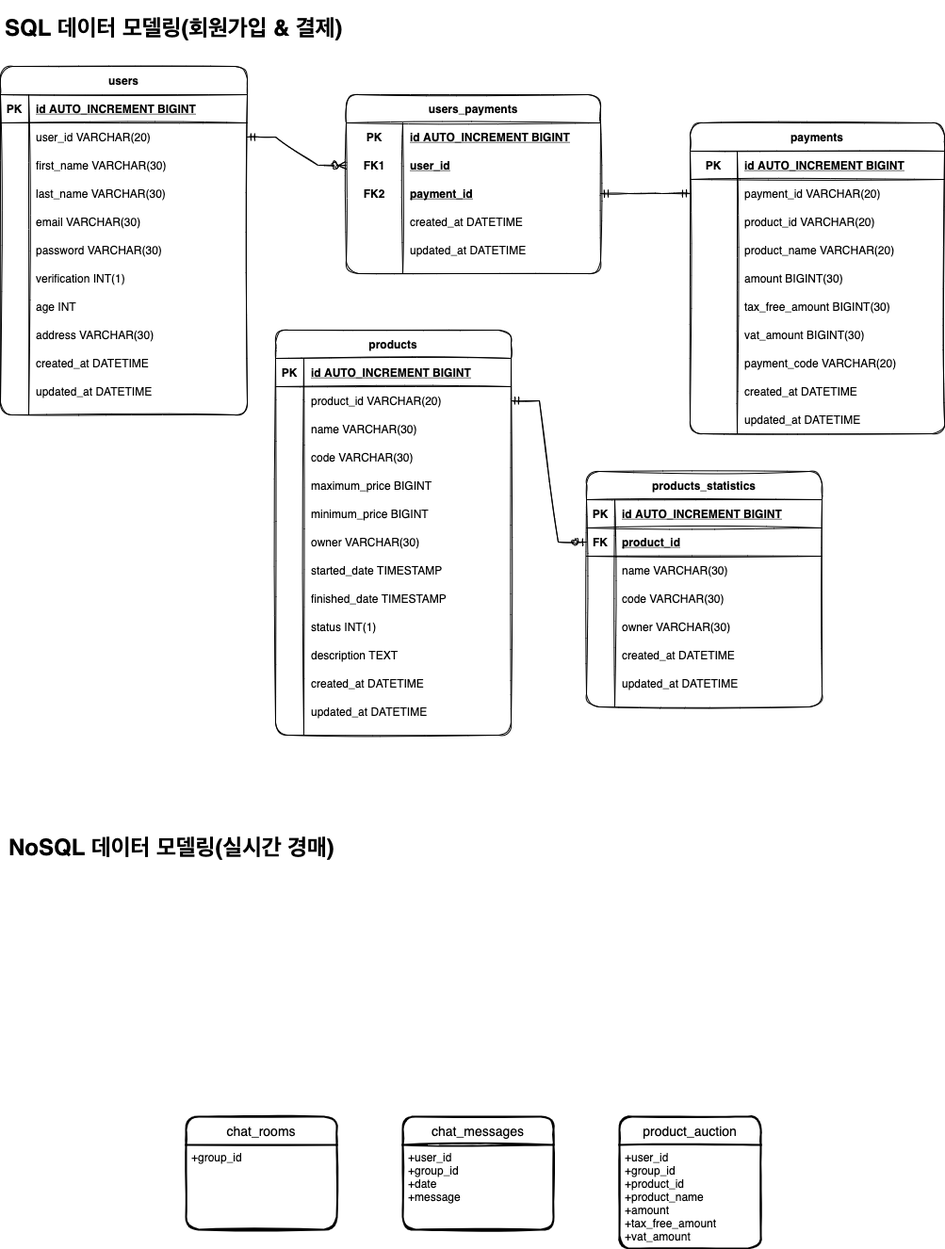
This is sago_database_schema.png from AnneMayor/TestRepository, a draw.io export, as it was before one commit. Source tidied: cells renumbered, new cells last; positions are measured from the earlier drawing's top-left corner, leaving out a move shared by most shapes.
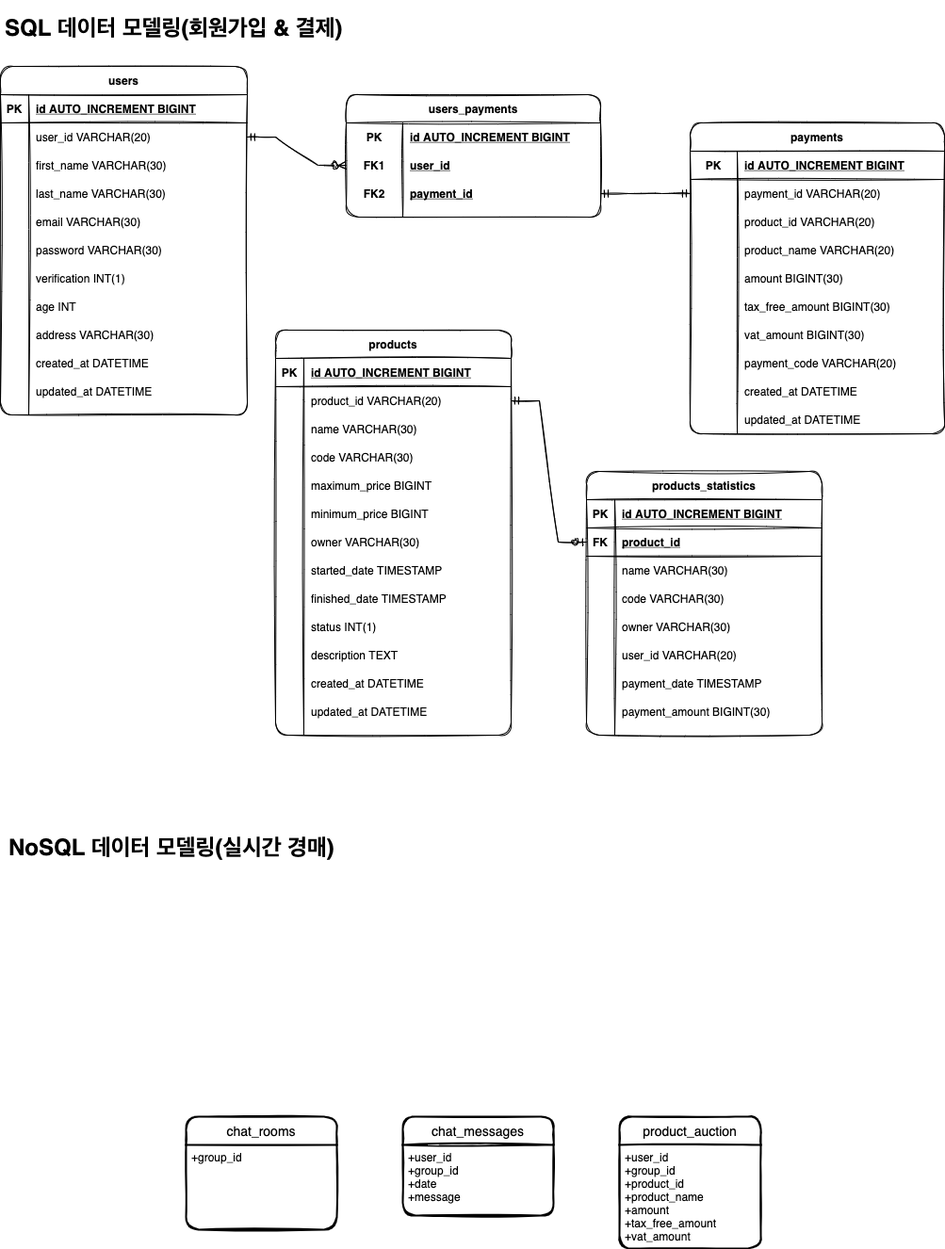
Later version of the same file.

What changed in the source:
```diff
@@ -228,7 +228,7 @@
       <mxGeometry relative="1" as="geometry" />
     </mxCell>
     <mxCell id="77" value="users_payments" style="shape=table;startSize=30;rowLines=0;fontStyle=1;align=center;shadow=0;glass=0;rounded=1;sketch=1;" parent="1" vertex="1">
-      <mxGeometry x="367" y="90" width="270" height="190" as="geometry" />
+      <mxGeometry x="367" y="90" width="270" height="130" as="geometry" />
     </mxCell>
     <mxCell id="78" style="shape=partialRectangle;fillColor=none;top=0;left=0;bottom=0;right=0;shadow=0;glass=0;rounded=1;sketch=1;" parent="77" vertex="1">
       <mxGeometry y="30" width="270" height="30" as="geometry" />
@@ -257,24 +257,6 @@
     <mxCell id="86" value="payment_id" style="shape=partialRectangle;fillColor=none;top=0;left=0;bottom=0;right=0;align=left;spacingLeft=6;fontStyle=5;overflow=hidden;shadow=0;glass=0;rounded=1;sketch=1;" parent="84" vertex="1">
       <mxGeometry x="60" width="210" height="30" as="geometry" />
     </mxCell>
-    <mxCell id="87" style="shape=partialRectangle;fillColor=none;top=0;left=0;bottom=0;right=0;shadow=0;glass=0;rounded=1;sketch=1;" parent="77" vertex="1">
-      <mxGeometry y="120" width="270" height="30" as="geometry" />
-    </mxCell>
-    <mxCell id="88" style="shape=partialRectangle;fillColor=none;top=0;left=0;bottom=0;right=0;fontStyle=1;overflow=hidden;shadow=0;glass=0;rounded=1;sketch=1;" parent="87" vertex="1">
-      <mxGeometry width="60" height="30" as="geometry" />
-    </mxCell>
-    <mxCell id="89" value="created_at DATETIME" style="shape=partialRectangle;fillColor=none;top=0;left=0;bottom=0;right=0;align=left;spacingLeft=6;fontStyle=0;overflow=hidden;shadow=0;glass=0;rounded=1;sketch=1;" parent="87" vertex="1">
-      <mxGeometry x="60" width="210" height="30" as="geometry" />
-    </mxCell>
-    <mxCell id="90" style="shape=partialRectangle;fillColor=none;top=0;left=0;bottom=0;right=0;shadow=0;glass=0;rounded=1;sketch=1;" parent="77" vertex="1">
-      <mxGeometry y="150" width="270" height="30" as="geometry" />
-    </mxCell>
-    <mxCell id="91" style="shape=partialRectangle;fillColor=none;top=0;left=0;bottom=0;right=0;fontStyle=1;overflow=hidden;shadow=0;glass=0;rounded=1;sketch=1;" parent="90" vertex="1">
-      <mxGeometry width="60" height="30" as="geometry" />
-    </mxCell>
-    <mxCell id="92" value="updated_at DATETIME" style="shape=partialRectangle;fillColor=none;top=0;left=0;bottom=0;right=0;align=left;spacingLeft=6;fontStyle=0;overflow=hidden;shadow=0;glass=0;rounded=1;sketch=1;" parent="90" vertex="1">
-      <mxGeometry x="60" width="210" height="30" as="geometry" />
-    </mxCell>
     <mxCell id="93" value="payments" style="shape=table;startSize=30;rowLines=0;fontStyle=1;align=center;shadow=0;glass=0;rounded=1;sketch=1;" parent="1" vertex="1">
       <mxGeometry x="732" y="120" width="270" height="330" as="geometry" />
     </mxCell>
@@ -375,7 +357,7 @@
       <mxGeometry x="4" y="870" width="358" height="40" as="geometry" />
     </mxCell>
     <mxCell id="126" value="products_statistics" style="shape=table;startSize=30;rowLines=0;fontStyle=1;align=center;shadow=0;glass=0;rounded=1;sketch=1;" parent="1" vertex="1">
-      <mxGeometry x="622" y="490" width="250" height="250" as="geometry" />
+      <mxGeometry x="622" y="490" width="250" height="280" as="geometry" />
     </mxCell>
     <mxCell id="127" style="shape=partialRectangle;fillColor=none;top=0;left=0;bottom=1;right=0;shadow=0;glass=0;rounded=1;sketch=1;" parent="126" vertex="1">
       <mxGeometry y="30" width="250" height="30" as="geometry" />
@@ -425,21 +407,30 @@
     <mxCell id="142" style="shape=partialRectangle;fillColor=none;top=0;left=0;bottom=0;right=0;shadow=0;glass=0;rounded=1;sketch=1;" parent="126" vertex="1">
       <mxGeometry y="180" width="250" height="30" as="geometry" />
     </mxCell>
-    <mxCell id="143" style="shape=partialRectangle;fillColor=none;top=0;left=0;bottom=0;right=0;overflow=hidden;shadow=0;glass=0;rounded=1;sketch=1;" parent="142" vertex="1">
-      <mxGeometry width="30" height="30" as="geometry" />
-    </mxCell>
-    <mxCell id="144" value="created_at DATETIME" style="shape=partialRectangle;fillColor=none;top=0;left=0;bottom=0;right=0;align=left;spacingLeft=6;overflow=hidden;shadow=0;glass=0;rounded=1;sketch=1;" parent="142" vertex="1">
-      <mxGeometry x="30" width="220" height="30" as="geometry" />
-    </mxCell>
+    <mxCell id="158" style="shape=partialRectangle;fillColor=none;top=0;left=0;bottom=0;right=0;overflow=hidden;shadow=0;glass=0;rounded=1;sketch=1;" parent="142" vertex="1">
+      <mxGeometry width="30" height="30" as="geometry" />
+    </mxCell>
+    <mxCell id="159" value="user_id VARCHAR(20)" style="shape=partialRectangle;fillColor=none;top=0;left=0;bottom=0;right=0;align=left;spacingLeft=6;overflow=hidden;shadow=0;glass=0;rounded=1;sketch=1;" parent="142" vertex="1">
+      <mxGeometry x="30" width="220" height="30" as="geometry" />
+    </mxCell>
     <mxCell id="145" style="shape=partialRectangle;fillColor=none;top=0;left=0;bottom=0;right=0;shadow=0;glass=0;rounded=1;sketch=1;" parent="126" vertex="1">
       <mxGeometry y="210" width="250" height="30" as="geometry" />
     </mxCell>
-    <mxCell id="146" style="shape=partialRectangle;fillColor=none;top=0;left=0;bottom=0;right=0;overflow=hidden;shadow=0;glass=0;rounded=1;sketch=1;" parent="145" vertex="1">
-      <mxGeometry width="30" height="30" as="geometry" />
-    </mxCell>
-    <mxCell id="147" value="updated_at DATETIME" style="shape=partialRectangle;fillColor=none;top=0;left=0;bottom=0;right=0;align=left;spacingLeft=6;overflow=hidden;shadow=0;glass=0;rounded=1;sketch=1;" parent="145" vertex="1">
-      <mxGeometry x="30" width="220" height="30" as="geometry" />
-    </mxCell>
+    <mxCell id="160" style="shape=partialRectangle;fillColor=none;top=0;left=0;bottom=0;right=0;overflow=hidden;shadow=0;glass=0;rounded=1;sketch=1;" parent="145" vertex="1">
+      <mxGeometry width="30" height="30" as="geometry" />
+    </mxCell>
+    <mxCell id="161" value="payment_date TIMESTAMP" style="shape=partialRectangle;fillColor=none;top=0;left=0;bottom=0;right=0;align=left;spacingLeft=6;overflow=hidden;shadow=0;glass=0;rounded=1;sketch=1;" parent="145" vertex="1">
+      <mxGeometry x="30" width="220" height="30" as="geometry" />
+    </mxCell>
+    <mxCell id="162" style="shape=partialRectangle;fillColor=none;top=0;left=0;bottom=0;right=0;shadow=0;glass=0;rounded=1;sketch=1;" parent="126" vertex="1">
+      <mxGeometry y="240" width="250" height="30" as="geometry" />
+    </mxCell>
+    <mxCell id="163" style="shape=partialRectangle;fillColor=none;top=0;left=0;bottom=0;right=0;overflow=hidden;shadow=0;glass=0;rounded=1;sketch=1;" parent="162" vertex="1">
+      <mxGeometry width="30" height="30" as="geometry" />
+    </mxCell>
+    <mxCell id="164" value="payment_amount BIGINT(30)" style="shape=partialRectangle;fillColor=none;top=0;left=0;bottom=0;right=0;align=left;spacingLeft=6;overflow=hidden;shadow=0;glass=0;rounded=1;sketch=1;" parent="162" vertex="1">
+      <mxGeometry x="30" width="220" height="30" as="geometry" />
+    </mxCell>
     <mxCell id="148" style="edgeStyle=orthogonalEdgeStyle;orthogonalLoop=1;jettySize=auto;html=1;exitX=1;exitY=0.5;exitDx=0;exitDy=0;sketch=1;curved=1;" parent="126" edge="1">
       <mxGeometry relative="1" as="geometry" />
     </mxCell>
@@ -450,10 +441,10 @@
       <mxGeometry y="30" width="160" height="90" as="geometry" />
     </mxCell>
     <mxCell id="151" value="chat_messages" style="swimlane;horizontal=1;startSize=30;rounded=1;fontSize=14;fontStyle=0;strokeWidth=2;shadow=0;dashed=0;align=center;sketch=1;" parent="1" vertex="1">
-      <mxGeometry x="427" y="1175" width="160" height="120" as="geometry" />
+      <mxGeometry x="427" y="1175" width="160" height="105" as="geometry" />
     </mxCell>
     <mxCell id="152" value="+user_id&#10;+group_id&#10;+date&#10;+message" style="align=left;strokeColor=none;fillColor=none;spacingLeft=4;fontSize=12;verticalAlign=top;rounded=1;sketch=1;" parent="151" vertex="1">
-      <mxGeometry y="30" width="160" height="90" as="geometry" />
+      <mxGeometry y="30" width="160" height="75" as="geometry" />
     </mxCell>
     <mxCell id="153" value="product_auction" style="swimlane;horizontal=1;startSize=30;rounded=1;fontSize=14;fontStyle=0;strokeWidth=2;shadow=0;dashed=0;align=center;sketch=1;" parent="1" vertex="1">
       <mxGeometry x="657" y="1175" width="150" height="140" as="geometry" />
```
